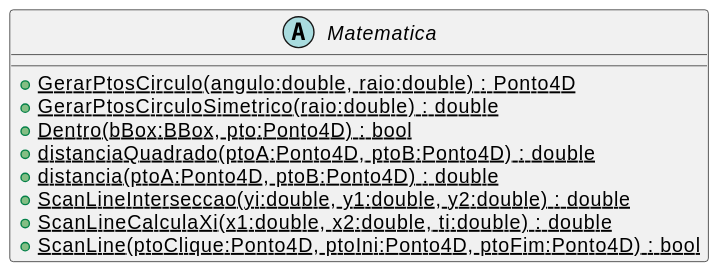
Before: svg/CG_Biblioteca/plantuml/Matematica.svg, a diagram exported from PlantUML (majutestoni/disciplina_CG_2025_1).
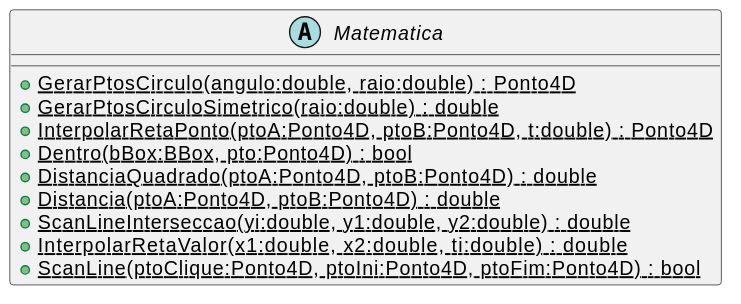
After the commit.

What changed in the source:
```diff
@@ -2,11 +2,12 @@
 abstract class Matematica {
     + {static} GerarPtosCirculo(angulo:double, raio:double) : Ponto4D
     + {static} GerarPtosCirculoSimetrico(raio:double) : double
+    + {static} InterpolarRetaPonto(ptoA:Ponto4D, ptoB:Ponto4D, t:double) : Ponto4D
     + {static} Dentro(bBox:BBox, pto:Ponto4D) : bool
-    + {static} distanciaQuadrado(ptoA:Ponto4D, ptoB:Ponto4D) : double
-    + {static} distancia(ptoA:Ponto4D, ptoB:Ponto4D) : double
+    + {static} DistanciaQuadrado(ptoA:Ponto4D, ptoB:Ponto4D) : double
+    + {static} Distancia(ptoA:Ponto4D, ptoB:Ponto4D) : double
     + {static} ScanLineInterseccao(yi:double, y1:double, y2:double) : double
-    + {static} ScanLineCalculaXi(x1:double, x2:double, ti:double) : double
+    + {static} InterpolarRetaValor(x1:double, x2:double, ti:double) : double
     + {static} ScanLine(ptoClique:Ponto4D, ptoIni:Ponto4D, ptoFim:Ponto4D) : bool
 }
 @enduml
```
